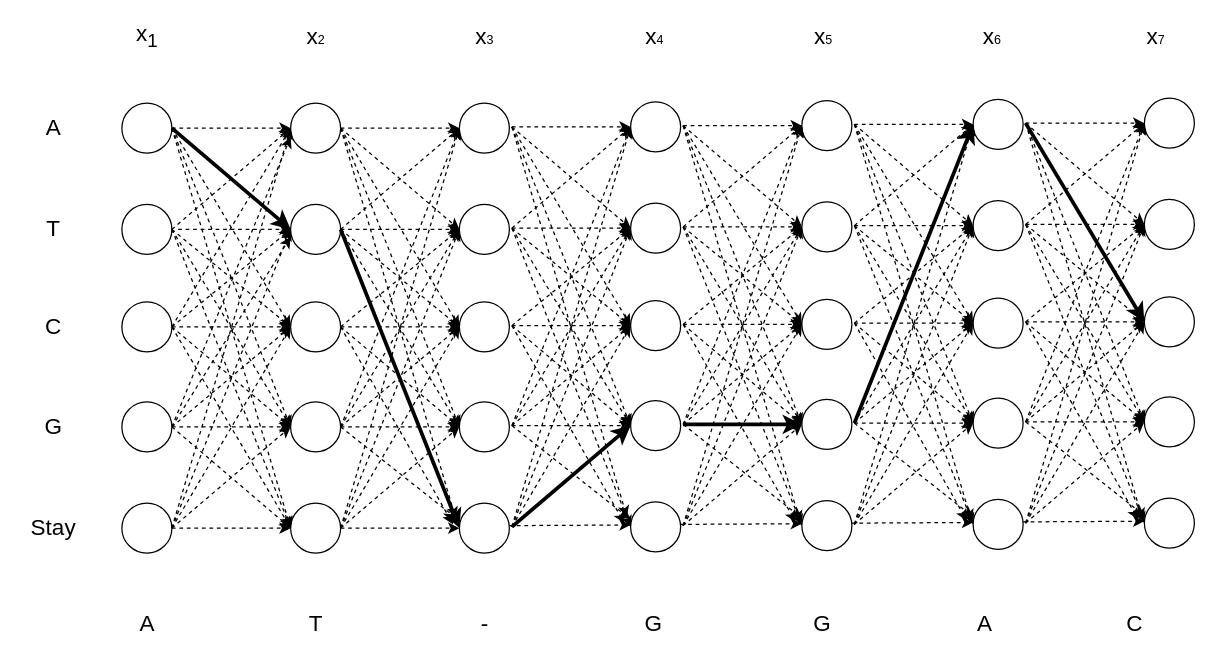
liehu232/model_NetWork keeps this draw.io diagram as vertebi2.drawio. Above is the earlier version. Source tidied: cells renumbered, new cells numbered last; positions are measured from the earlier drawing's top-left corner, leaving out a move shared by most shapes. Both pictures are drawn from the tidied source at 125%, with x=0, y=0 at pixel (21, 24).
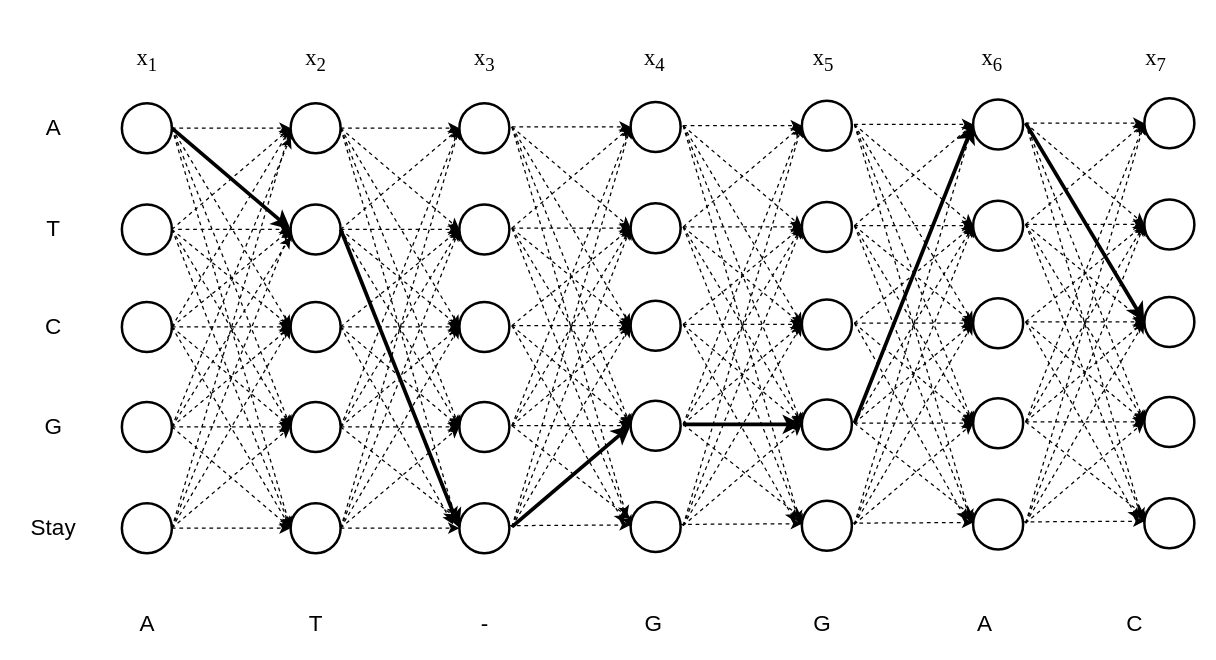
After the change.

What changed in the source:
```diff
@@
-    <mxCell id="7" style="ellipse;whiteSpace=wrap;html=1;strokeWidth=1;fillColor=none;fontColor=#666666;align=center;strokeColor=#000000;" parent="1" vertex="1">
+    <mxCell id="7" style="ellipse;whiteSpace=wrap;html=1;strokeWidth=2;fillColor=none;fontColor=#666666;align=center;strokeColor=#000000;" parent="1" vertex="1">
       <mxGeometry x="80" y="63" width="40" height="40" as="geometry" />
     </mxCell>
@@
-    <mxCell id="13" style="ellipse;whiteSpace=wrap;html=1;strokeWidth=1;fillColor=none;fontColor=#666666;align=center;strokeColor=#000000;" parent="1" vertex="1">
+    <mxCell id="13" style="ellipse;whiteSpace=wrap;html=1;strokeWidth=2;fillColor=none;fontColor=#666666;align=center;strokeColor=#000000;" parent="1" vertex="1">
       <mxGeometry x="80" y="144" width="40" height="40" as="geometry" />
     </mxCell>
@@
-    <mxCell id="19" style="ellipse;whiteSpace=wrap;html=1;strokeWidth=1;fillColor=none;fontColor=#666666;align=center;strokeColor=#000000;" parent="1" vertex="1">
+    <mxCell id="19" style="ellipse;whiteSpace=wrap;html=1;strokeWidth=2;fillColor=none;fontColor=#666666;align=center;strokeColor=#000000;" parent="1" vertex="1">
       <mxGeometry x="80" y="222" width="40" height="40" as="geometry" />
     </mxCell>
@@
-    <mxCell id="25" style="ellipse;whiteSpace=wrap;html=1;strokeWidth=1;fillColor=none;fontColor=#666666;align=center;strokeColor=#000000;" parent="1" vertex="1">
+    <mxCell id="25" style="ellipse;whiteSpace=wrap;html=1;strokeWidth=2;fillColor=none;fontColor=#666666;align=center;strokeColor=#000000;" parent="1" vertex="1">
       <mxGeometry x="80" y="383" width="40" height="40" as="geometry" />
     </mxCell>
@@
-    <mxCell id="31" style="ellipse;whiteSpace=wrap;html=1;strokeWidth=1;fillColor=none;fontColor=#666666;align=center;strokeColor=#000000;" parent="1" vertex="1">
+    <mxCell id="31" style="ellipse;whiteSpace=wrap;html=1;strokeWidth=2;fillColor=none;fontColor=#666666;align=center;strokeColor=#000000;" parent="1" vertex="1">
       <mxGeometry x="80" y="302" width="40" height="40" as="geometry" />
     </mxCell>
@@
-    <mxCell id="37" style="ellipse;whiteSpace=wrap;html=1;strokeWidth=1;fillColor=none;fontColor=#666666;align=center;strokeColor=#000000;" parent="1" vertex="1">
+    <mxCell id="37" style="ellipse;whiteSpace=wrap;html=1;strokeWidth=2;fillColor=none;fontColor=#666666;align=center;strokeColor=#000000;" parent="1" vertex="1">
       <mxGeometry x="215" y="63" width="40" height="40" as="geometry" />
     </mxCell>
@@
-    <mxCell id="43" style="ellipse;whiteSpace=wrap;html=1;strokeWidth=1;fillColor=none;fontColor=#666666;align=center;strokeColor=#000000;" parent="1" vertex="1">
+    <mxCell id="43" style="ellipse;whiteSpace=wrap;html=1;strokeWidth=2;fillColor=none;fontColor=#666666;align=center;strokeColor=#000000;" parent="1" vertex="1">
       <mxGeometry x="215" y="144" width="40" height="40" as="geometry" />
     </mxCell>
@@
-    <mxCell id="48" style="ellipse;whiteSpace=wrap;html=1;strokeWidth=1;fillColor=none;fontColor=#666666;align=center;strokeColor=#000000;" parent="1" vertex="1">
+    <mxCell id="48" style="ellipse;whiteSpace=wrap;html=1;strokeWidth=2;fillColor=none;fontColor=#666666;align=center;strokeColor=#000000;" parent="1" vertex="1">
       <mxGeometry x="215" y="222" width="40" height="40" as="geometry" />
     </mxCell>
@@
-    <mxCell id="54" style="ellipse;whiteSpace=wrap;html=1;strokeWidth=1;fillColor=none;fontColor=#666666;align=center;strokeColor=#000000;" parent="1" vertex="1">
+    <mxCell id="54" style="ellipse;whiteSpace=wrap;html=1;strokeWidth=2;fillColor=none;fontColor=#666666;align=center;strokeColor=#000000;" parent="1" vertex="1">
       <mxGeometry x="215" y="383" width="40" height="40" as="geometry" />
     </mxCell>
@@
-    <mxCell id="60" style="ellipse;whiteSpace=wrap;html=1;strokeWidth=1;fillColor=none;fontColor=#666666;align=center;strokeColor=#000000;" parent="1" vertex="1">
+    <mxCell id="60" style="ellipse;whiteSpace=wrap;html=1;strokeWidth=2;fillColor=none;fontColor=#666666;align=center;strokeColor=#000000;" parent="1" vertex="1">
       <mxGeometry x="215" y="302" width="40" height="40" as="geometry" />
     </mxCell>
-    <mxCell id="61" style="ellipse;whiteSpace=wrap;html=1;strokeWidth=1;fillColor=none;fontColor=#666666;align=center;strokeColor=#000000;" parent="1" vertex="1">
+    <mxCell id="61" style="ellipse;whiteSpace=wrap;html=1;strokeWidth=2;fillColor=none;fontColor=#666666;align=center;strokeColor=#000000;" parent="1" vertex="1">
       <mxGeometry x="350" y="63" width="40" height="40" as="geometry" />
     </mxCell>
-    <mxCell id="62" style="ellipse;whiteSpace=wrap;html=1;strokeWidth=1;fillColor=none;fontColor=#666666;align=center;strokeColor=#000000;" parent="1" vertex="1">
+    <mxCell id="62" style="ellipse;whiteSpace=wrap;html=1;strokeWidth=2;fillColor=none;fontColor=#666666;align=center;strokeColor=#000000;" parent="1" vertex="1">
       <mxGeometry x="350" y="144" width="40" height="40" as="geometry" />
     </mxCell>
-    <mxCell id="63" style="ellipse;whiteSpace=wrap;html=1;strokeWidth=1;fillColor=none;fontColor=#666666;align=center;strokeColor=#000000;" parent="1" vertex="1">
+    <mxCell id="63" style="ellipse;whiteSpace=wrap;html=1;strokeWidth=2;fillColor=none;fontColor=#666666;align=center;strokeColor=#000000;" parent="1" vertex="1">
       <mxGeometry x="350" y="222" width="40" height="40" as="geometry" />
     </mxCell>
-    <mxCell id="64" style="ellipse;whiteSpace=wrap;html=1;strokeWidth=1;fillColor=none;fontColor=#666666;align=center;strokeColor=#000000;" parent="1" vertex="1">
+    <mxCell id="64" style="ellipse;whiteSpace=wrap;html=1;strokeWidth=2;fillColor=none;fontColor=#666666;align=center;strokeColor=#000000;" parent="1" vertex="1">
       <mxGeometry x="350" y="383" width="40" height="40" as="geometry" />
     </mxCell>
-    <mxCell id="65" style="ellipse;whiteSpace=wrap;html=1;strokeWidth=1;fillColor=none;fontColor=#666666;align=center;strokeColor=#000000;" parent="1" vertex="1">
+    <mxCell id="65" style="ellipse;whiteSpace=wrap;html=1;strokeWidth=2;fillColor=none;fontColor=#666666;align=center;strokeColor=#000000;" parent="1" vertex="1">
       <mxGeometry x="350" y="302" width="40" height="40" as="geometry" />
     </mxCell>
@@
-    <mxCell id="71" value="&lt;font style=&quot;font-size: 18px&quot;&gt;x&lt;sub&gt;1&lt;/sub&gt;&lt;/font&gt;" style="text;html=1;align=center;verticalAlign=middle;fillColor=none;strokeColor=none;rounded=0;fontColor=#000000;" parent="1" vertex="1">
-      <mxGeometry x="85" width="30" height="20" as="geometry" />
+    <mxCell id="71" value="&lt;font style=&quot;font-size: 18px&quot;&gt;x&lt;span style=&quot;font-size: 18px&quot;&gt;&lt;sub&gt;1&lt;/sub&gt;&lt;/span&gt;&lt;/font&gt;" style="text;html=1;align=center;verticalAlign=middle;fillColor=none;strokeColor=none;rounded=0;fontColor=#000000;fontSize=18;fontFamily=Times New Roman;" parent="1" vertex="1">
+      <mxGeometry x="85" y="14" width="30" height="30" as="geometry" />
     </mxCell>
-    <mxCell id="72" value="&lt;span style=&quot;font-size: 18px&quot;&gt;x&lt;/span&gt;&lt;span style=&quot;font-size: 10px&quot;&gt;2&lt;/span&gt;" style="text;html=1;align=center;verticalAlign=middle;fillColor=none;strokeColor=none;rounded=0;fontColor=#000000;" parent="1" vertex="1">
-      <mxGeometry x="220" width="30" height="20" as="geometry" />
+    <mxCell id="72" value="&lt;span style=&quot;font-size: 18px&quot;&gt;x&lt;/span&gt;&lt;span style=&quot;font-size: 18px&quot;&gt;&lt;sub&gt;2&lt;/sub&gt;&lt;/span&gt;" style="text;html=1;align=center;verticalAlign=middle;fillColor=none;strokeColor=none;rounded=0;fontColor=#000000;fontSize=18;fontFamily=Times New Roman;" parent="1" vertex="1">
+      <mxGeometry x="220" y="14" width="30" height="30" as="geometry" />
     </mxCell>
-    <mxCell id="73" value="&lt;span style=&quot;font-size: 18px&quot;&gt;x&lt;/span&gt;&lt;span style=&quot;font-size: 10px&quot;&gt;3&lt;/span&gt;" style="text;html=1;align=center;verticalAlign=middle;fillColor=none;strokeColor=none;rounded=0;fontColor=#000000;" parent="1" vertex="1">
-      <mxGeometry x="355" width="30" height="20" as="geometry" />
+    <mxCell id="73" value="&lt;span style=&quot;font-size: 18px&quot;&gt;x&lt;/span&gt;&lt;span style=&quot;font-size: 18px&quot;&gt;&lt;sub&gt;3&lt;/sub&gt;&lt;/span&gt;" style="text;html=1;align=center;verticalAlign=middle;fillColor=none;strokeColor=none;rounded=0;fontColor=#000000;fontSize=18;fontFamily=Times New Roman;" parent="1" vertex="1">
+      <mxGeometry x="355" y="14" width="30" height="30" as="geometry" />
     </mxCell>
-    <mxCell id="74" value="&lt;span style=&quot;font-size: 18px&quot;&gt;x&lt;/span&gt;&lt;span style=&quot;font-size: 10px&quot;&gt;4&lt;/span&gt;" style="text;html=1;align=center;verticalAlign=middle;fillColor=none;strokeColor=none;rounded=0;fontColor=#000000;" parent="1" vertex="1">
-      <mxGeometry x="491" width="30" height="20" as="geometry" />
+    <mxCell id="74" value="&lt;span style=&quot;font-size: 18px&quot;&gt;x&lt;/span&gt;&lt;span style=&quot;font-size: 18px&quot;&gt;&lt;sub&gt;4&lt;/sub&gt;&lt;/span&gt;" style="text;html=1;align=center;verticalAlign=middle;fillColor=none;strokeColor=none;rounded=0;fontColor=#000000;fontSize=18;fontFamily=Times New Roman;" parent="1" vertex="1">
+      <mxGeometry x="491" y="14" width="30" height="30" as="geometry" />
     </mxCell>
-    <mxCell id="75" value="&lt;span style=&quot;font-size: 18px&quot;&gt;x&lt;/span&gt;&lt;span style=&quot;font-size: 10px&quot;&gt;5&lt;/span&gt;" style="text;html=1;align=center;verticalAlign=middle;fillColor=none;strokeColor=none;rounded=0;fontColor=#000000;" parent="1" vertex="1">
-      <mxGeometry x="626" width="30" height="20" as="geometry" />
+    <mxCell id="75" value="&lt;span style=&quot;font-size: 18px&quot;&gt;x&lt;/span&gt;&lt;span style=&quot;font-size: 18px&quot;&gt;&lt;sub&gt;5&lt;/sub&gt;&lt;/span&gt;" style="text;html=1;align=center;verticalAlign=middle;fillColor=none;strokeColor=none;rounded=0;fontColor=#000000;fontSize=18;fontFamily=Times New Roman;" parent="1" vertex="1">
+      <mxGeometry x="626" y="14" width="30" height="30" as="geometry" />
     </mxCell>
-    <mxCell id="76" value="&lt;span style=&quot;font-size: 18px&quot;&gt;x&lt;/span&gt;&lt;span style=&quot;font-size: 10px&quot;&gt;6&lt;/span&gt;" style="text;html=1;align=center;verticalAlign=middle;fillColor=none;strokeColor=none;rounded=0;fontColor=#000000;" parent="1" vertex="1">
-      <mxGeometry x="761" width="30" height="20" as="geometry" />
+    <mxCell id="76" value="&lt;span style=&quot;font-size: 18px&quot;&gt;x&lt;/span&gt;&lt;span style=&quot;font-size: 18px&quot;&gt;&lt;sub&gt;6&lt;/sub&gt;&lt;/span&gt;" style="text;html=1;align=center;verticalAlign=middle;fillColor=none;strokeColor=none;rounded=0;fontColor=#000000;fontSize=18;fontFamily=Times New Roman;" parent="1" vertex="1">
+      <mxGeometry x="761" y="14" width="30" height="30" as="geometry" />
     </mxCell>
-    <mxCell id="77" value="&lt;span style=&quot;font-size: 18px&quot;&gt;x&lt;/span&gt;&lt;span style=&quot;font-size: 10px&quot;&gt;7&lt;/span&gt;" style="text;html=1;align=center;verticalAlign=middle;fillColor=none;strokeColor=none;rounded=0;fontColor=#000000;" parent="1" vertex="1">
-      <mxGeometry x="892" width="30" height="20" as="geometry" />
+    <mxCell id="77" value="&lt;span style=&quot;font-size: 18px&quot;&gt;x&lt;/span&gt;&lt;span style=&quot;font-size: 18px&quot;&gt;&lt;sub&gt;7&lt;/sub&gt;&lt;/span&gt;" style="text;html=1;align=center;verticalAlign=middle;fillColor=none;strokeColor=none;rounded=0;fontColor=#000000;fontSize=18;fontFamily=Times New Roman;" parent="1" vertex="1">
+      <mxGeometry x="892" y="14" width="30" height="30" as="geometry" />
     </mxCell>
@@
-    <mxCell id="109" style="ellipse;whiteSpace=wrap;html=1;strokeWidth=1;fillColor=none;fontColor=#666666;align=center;strokeColor=#000000;" parent="1" vertex="1">
+    <mxCell id="109" style="ellipse;whiteSpace=wrap;html=1;strokeWidth=2;fillColor=none;fontColor=#666666;align=center;strokeColor=#000000;" parent="1" vertex="1">
       <mxGeometry x="487" y="62" width="40" height="40" as="geometry" />
     </mxCell>
-    <mxCell id="110" style="ellipse;whiteSpace=wrap;html=1;strokeWidth=1;fillColor=none;fontColor=#666666;align=center;strokeColor=#000000;" parent="1" vertex="1">
+    <mxCell id="110" style="ellipse;whiteSpace=wrap;html=1;strokeWidth=2;fillColor=none;fontColor=#666666;align=center;strokeColor=#000000;" parent="1" vertex="1">
       <mxGeometry x="487" y="143" width="40" height="40" as="geometry" />
     </mxCell>
-    <mxCell id="111" style="ellipse;whiteSpace=wrap;html=1;strokeWidth=1;fillColor=none;fontColor=#666666;align=center;strokeColor=#000000;" parent="1" vertex="1">
+    <mxCell id="111" style="ellipse;whiteSpace=wrap;html=1;strokeWidth=2;fillColor=none;fontColor=#666666;align=center;strokeColor=#000000;" parent="1" vertex="1">
       <mxGeometry x="487" y="221" width="40" height="40" as="geometry" />
     </mxCell>
-    <mxCell id="112" style="ellipse;whiteSpace=wrap;html=1;strokeWidth=1;fillColor=none;fontColor=#666666;align=center;strokeColor=#000000;" parent="1" vertex="1">
+    <mxCell id="112" style="ellipse;whiteSpace=wrap;html=1;strokeWidth=2;fillColor=none;fontColor=#666666;align=center;strokeColor=#000000;" parent="1" vertex="1">
       <mxGeometry x="487" y="382" width="40" height="40" as="geometry" />
     </mxCell>
-    <mxCell id="113" style="ellipse;whiteSpace=wrap;html=1;strokeWidth=1;fillColor=none;fontColor=#666666;align=center;strokeColor=#000000;" parent="1" vertex="1">
+    <mxCell id="113" style="ellipse;whiteSpace=wrap;html=1;strokeWidth=2;fillColor=none;fontColor=#666666;align=center;strokeColor=#000000;" parent="1" vertex="1">
       <mxGeometry x="487" y="301" width="40" height="40" as="geometry" />
     </mxCell>
@@
-    <mxCell id="138" style="ellipse;whiteSpace=wrap;html=1;strokeWidth=1;fillColor=none;fontColor=#666666;align=center;strokeColor=#000000;" parent="1" vertex="1">
+    <mxCell id="138" style="ellipse;whiteSpace=wrap;html=1;strokeWidth=2;fillColor=none;fontColor=#666666;align=center;strokeColor=#000000;" parent="1" vertex="1">
       <mxGeometry x="624" y="61" width="40" height="40" as="geometry" />
     </mxCell>
-    <mxCell id="139" style="ellipse;whiteSpace=wrap;html=1;strokeWidth=1;fillColor=none;fontColor=#666666;align=center;strokeColor=#000000;" parent="1" vertex="1">
+    <mxCell id="139" style="ellipse;whiteSpace=wrap;html=1;strokeWidth=2;fillColor=none;fontColor=#666666;align=center;strokeColor=#000000;" parent="1" vertex="1">
       <mxGeometry x="624" y="142" width="40" height="40" as="geometry" />
     </mxCell>
-    <mxCell id="140" style="ellipse;whiteSpace=wrap;html=1;strokeWidth=1;fillColor=none;fontColor=#666666;align=center;strokeColor=#000000;" parent="1" vertex="1">
+    <mxCell id="140" style="ellipse;whiteSpace=wrap;html=1;strokeWidth=2;fillColor=none;fontColor=#666666;align=center;strokeColor=#000000;" parent="1" vertex="1">
       <mxGeometry x="624" y="220" width="40" height="40" as="geometry" />
     </mxCell>
-    <mxCell id="141" style="ellipse;whiteSpace=wrap;html=1;strokeWidth=1;fillColor=none;fontColor=#666666;align=center;strokeColor=#000000;" parent="1" vertex="1">
+    <mxCell id="141" style="ellipse;whiteSpace=wrap;html=1;strokeWidth=2;fillColor=none;fontColor=#666666;align=center;strokeColor=#000000;" parent="1" vertex="1">
       <mxGeometry x="624" y="381" width="40" height="40" as="geometry" />
     </mxCell>
-    <mxCell id="142" style="ellipse;whiteSpace=wrap;html=1;strokeWidth=1;fillColor=none;fontColor=#666666;align=center;strokeColor=#000000;" parent="1" vertex="1">
+    <mxCell id="142" style="ellipse;whiteSpace=wrap;html=1;strokeWidth=2;fillColor=none;fontColor=#666666;align=center;strokeColor=#000000;" parent="1" vertex="1">
       <mxGeometry x="624" y="300" width="40" height="40" as="geometry" />
     </mxCell>
@@
-    <mxCell id="167" style="ellipse;whiteSpace=wrap;html=1;strokeWidth=1;fillColor=none;fontColor=#666666;align=center;strokeColor=#000000;" parent="1" vertex="1">
+    <mxCell id="167" style="ellipse;whiteSpace=wrap;html=1;strokeWidth=2;fillColor=none;fontColor=#666666;align=center;strokeColor=#000000;" parent="1" vertex="1">
       <mxGeometry x="761" y="60" width="40" height="40" as="geometry" />
     </mxCell>
-    <mxCell id="168" style="ellipse;whiteSpace=wrap;html=1;strokeWidth=1;fillColor=none;fontColor=#666666;align=center;strokeColor=#000000;" parent="1" vertex="1">
+    <mxCell id="168" style="ellipse;whiteSpace=wrap;html=1;strokeWidth=2;fillColor=none;fontColor=#666666;align=center;strokeColor=#000000;" parent="1" vertex="1">
       <mxGeometry x="761" y="141" width="40" height="40" as="geometry" />
     </mxCell>
-    <mxCell id="169" style="ellipse;whiteSpace=wrap;html=1;strokeWidth=1;fillColor=none;fontColor=#666666;align=center;strokeColor=#000000;" parent="1" vertex="1">
+    <mxCell id="169" style="ellipse;whiteSpace=wrap;html=1;strokeWidth=2;fillColor=none;fontColor=#666666;align=center;strokeColor=#000000;" parent="1" vertex="1">
       <mxGeometry x="761" y="219" width="40" height="40" as="geometry" />
     </mxCell>
-    <mxCell id="170" style="ellipse;whiteSpace=wrap;html=1;strokeWidth=1;fillColor=none;fontColor=#666666;align=center;strokeColor=#000000;" parent="1" vertex="1">
+    <mxCell id="170" style="ellipse;whiteSpace=wrap;html=1;strokeWidth=2;fillColor=none;fontColor=#666666;align=center;strokeColor=#000000;" parent="1" vertex="1">
       <mxGeometry x="761" y="380" width="40" height="40" as="geometry" />
     </mxCell>
-    <mxCell id="171" style="ellipse;whiteSpace=wrap;html=1;strokeWidth=1;fillColor=none;fontColor=#666666;align=center;strokeColor=#000000;" parent="1" vertex="1">
+    <mxCell id="171" style="ellipse;whiteSpace=wrap;html=1;strokeWidth=2;fillColor=none;fontColor=#666666;align=center;strokeColor=#000000;" parent="1" vertex="1">
       <mxGeometry x="761" y="299" width="40" height="40" as="geometry" />
     </mxCell>
@@
-    <mxCell id="196" style="ellipse;whiteSpace=wrap;html=1;strokeWidth=1;fillColor=none;fontColor=#666666;align=center;strokeColor=#000000;" parent="1" vertex="1">
+    <mxCell id="196" style="ellipse;whiteSpace=wrap;html=1;strokeWidth=2;fillColor=none;fontColor=#666666;align=center;strokeColor=#000000;" parent="1" vertex="1">
       <mxGeometry x="898" y="59" width="40" height="40" as="geometry" />
     </mxCell>
-    <mxCell id="197" style="ellipse;whiteSpace=wrap;html=1;strokeWidth=1;fillColor=none;fontColor=#666666;align=center;strokeColor=#000000;" parent="1" vertex="1">
+    <mxCell id="197" style="ellipse;whiteSpace=wrap;html=1;strokeWidth=2;fillColor=none;fontColor=#666666;align=center;strokeColor=#000000;" parent="1" vertex="1">
       <mxGeometry x="898" y="140" width="40" height="40" as="geometry" />
     </mxCell>
-    <mxCell id="198" style="ellipse;whiteSpace=wrap;html=1;strokeWidth=1;fillColor=none;fontColor=#666666;align=center;strokeColor=#000000;" parent="1" vertex="1">
+    <mxCell id="198" style="ellipse;whiteSpace=wrap;html=1;strokeWidth=2;fillColor=none;fontColor=#666666;align=center;strokeColor=#000000;" parent="1" vertex="1">
       <mxGeometry x="898" y="218" width="40" height="40" as="geometry" />
     </mxCell>
-    <mxCell id="199" style="ellipse;whiteSpace=wrap;html=1;strokeWidth=1;fillColor=none;fontColor=#666666;align=center;strokeColor=#000000;" parent="1" vertex="1">
+    <mxCell id="199" style="ellipse;whiteSpace=wrap;html=1;strokeWidth=2;fillColor=none;fontColor=#666666;align=center;strokeColor=#000000;" parent="1" vertex="1">
       <mxGeometry x="898" y="379" width="40" height="40" as="geometry" />
     </mxCell>
-    <mxCell id="200" style="ellipse;whiteSpace=wrap;html=1;strokeWidth=1;fillColor=none;fontColor=#666666;align=center;strokeColor=#000000;" parent="1" vertex="1">
+    <mxCell id="200" style="ellipse;whiteSpace=wrap;html=1;strokeWidth=2;fillColor=none;fontColor=#666666;align=center;strokeColor=#000000;" parent="1" vertex="1">
       <mxGeometry x="898" y="298" width="40" height="40" as="geometry" />
     </mxCell>
```
